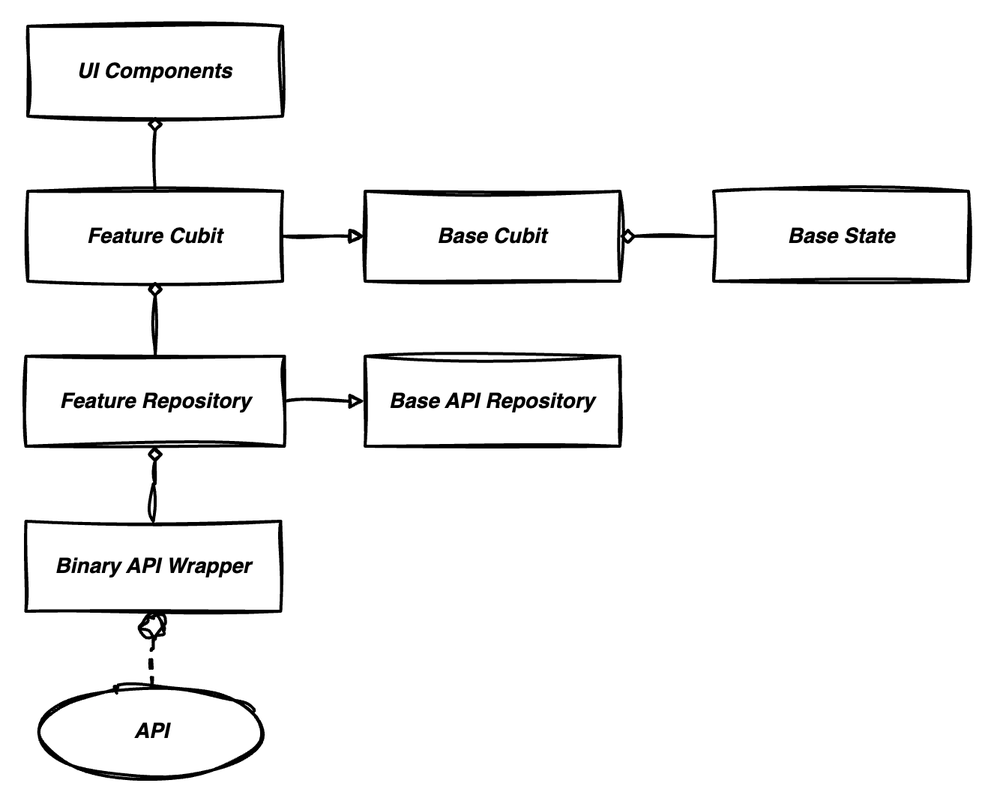
This is p2p_architecture.drawio.png from hamed-rezaee/flutter_component_architecture_poc, a draw.io export, as it was before one commit. Source tidied: cells renumbered, new cells last; positions are measured from the earlier drawing's top-left corner, leaving out a move shared by most shapes.
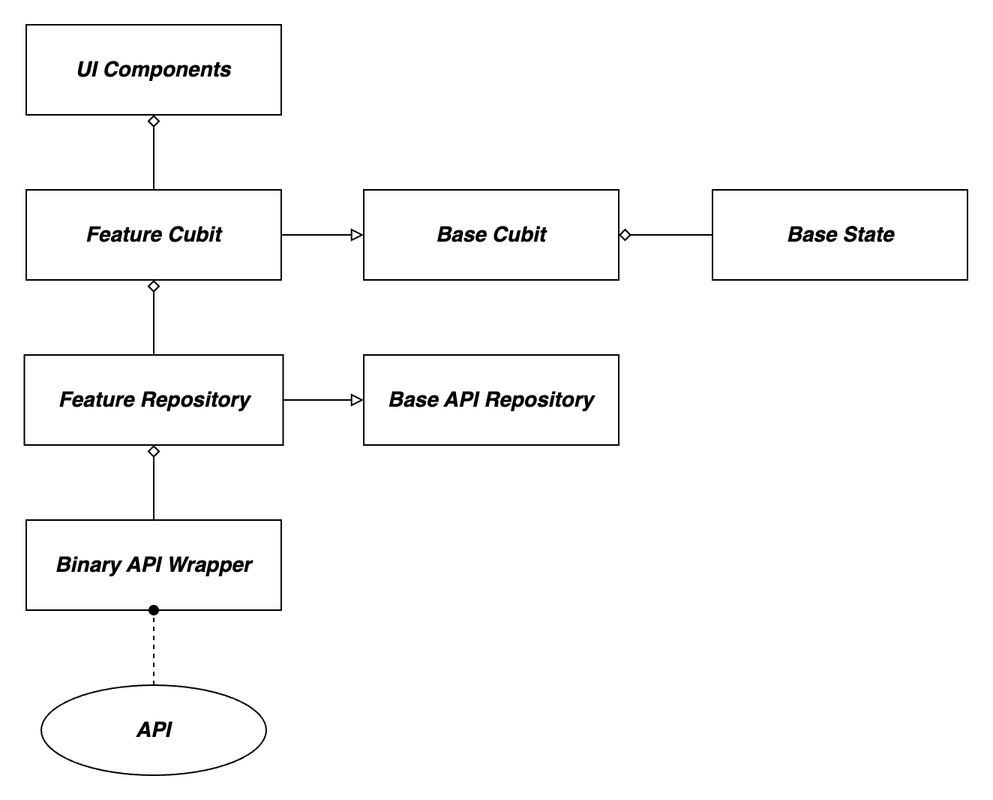
After the commit.

Diff of the diagram source:
```diff
@@ -2,49 +2,49 @@
   <root>
     <mxCell id="0" />
     <mxCell id="1" parent="0" />
-    <mxCell id="2" value="&lt;span style=&quot;&quot;&gt;&lt;font style=&quot;&quot;&gt;&lt;span&gt;Base API Repository&lt;/span&gt;&lt;br&gt;&lt;/font&gt;&lt;/span&gt;" style="rounded=0;whiteSpace=wrap;html=1;sketch=1;curveFitting=1;jiggle=2;fontSize=14;fontStyle=3;startSize=50;strokeWidth=2;shadow=0;dashed=0;arcSize=4;" parent="1" vertex="1">
+    <mxCell id="2" value="&lt;span style=&quot;&quot;&gt;&lt;font style=&quot;&quot;&gt;&lt;span&gt;Base API Repository&lt;/span&gt;&lt;br&gt;&lt;/font&gt;&lt;/span&gt;" style="rounded=0;whiteSpace=wrap;html=1;fontSize=14;fontStyle=3;startSize=50;strokeWidth=1;shadow=0;dashed=0;arcSize=4;" parent="1" vertex="1">
       <mxGeometry x="226" y="220" width="170" height="60" as="geometry" />
     </mxCell>
-    <mxCell id="3" value="&lt;span&gt;&lt;span&gt;&lt;font style=&quot;font-size: 14px;&quot;&gt;Binary API Wrapper&lt;br&gt;&lt;/font&gt;&lt;/span&gt;&lt;/span&gt;" style="rounded=0;whiteSpace=wrap;html=1;sketch=1;curveFitting=1;jiggle=2;fontSize=14;fontStyle=3;startSize=50;strokeWidth=2;shadow=0;dashed=0;arcSize=4;" parent="1" vertex="1">
-      <mxGeometry x="-0.2" y="330" width="170" height="60" as="geometry" />
+    <mxCell id="3" value="&lt;span&gt;&lt;span&gt;&lt;font style=&quot;font-size: 14px;&quot;&gt;Binary API Wrapper&lt;br&gt;&lt;/font&gt;&lt;/span&gt;&lt;/span&gt;" style="rounded=0;whiteSpace=wrap;html=1;fontSize=14;fontStyle=3;startSize=50;strokeWidth=1;shadow=0;dashed=0;arcSize=4;" parent="1" vertex="1">
+      <mxGeometry x="1" y="330" width="170" height="60" as="geometry" />
     </mxCell>
-    <mxCell id="4" style="edgeStyle=orthogonalEdgeStyle;rounded=0;jettySize=auto;html=1;exitX=0.5;exitY=0;exitDx=0;exitDy=0;entryX=0.5;entryY=1;entryDx=0;entryDy=0;endArrow=diamond;endFill=0;sketch=1;curveFitting=1;jiggle=2;strokeWidth=2;fontStyle=3;" parent="1" edge="1" source="3" target="8">
+    <mxCell id="4" style="edgeStyle=orthogonalEdgeStyle;rounded=0;jettySize=auto;html=1;exitX=0.5;exitY=0;exitDx=0;exitDy=0;entryX=0.5;entryY=1;entryDx=0;entryDy=0;endArrow=diamond;endFill=0;strokeWidth=1;fontStyle=3;" parent="1" edge="1" source="3" target="8">
       <mxGeometry relative="1" as="geometry" />
     </mxCell>
-    <mxCell id="5" style="edgeStyle=orthogonalEdgeStyle;rounded=0;jettySize=auto;html=1;entryX=0.5;entryY=1;entryDx=0;entryDy=0;endArrow=circle;endFill=0;sketch=1;curveFitting=1;jiggle=2;dashed=1;strokeWidth=2;exitX=0.5;exitY=0;exitDx=0;exitDy=0;fontStyle=3;" parent="1" edge="1" source="6" target="3">
+    <mxCell id="5" style="edgeStyle=orthogonalEdgeStyle;rounded=0;jettySize=auto;html=1;entryX=0.5;entryY=1;entryDx=0;entryDy=0;endArrow=oval;endFill=1;dashed=1;strokeWidth=1;exitX=0.5;exitY=0;exitDx=0;exitDy=0;fontStyle=3;" parent="1" edge="1" source="6" target="3">
       <mxGeometry relative="1" as="geometry" />
     </mxCell>
-    <mxCell id="6" value="&lt;font style=&quot;font-size: 14px;&quot;&gt;&lt;span&gt;API&lt;/span&gt;&lt;/font&gt;" style="ellipse;whiteSpace=wrap;html=1;fontStyle=3;fontSize=12;sketch=1;curveFitting=1;jiggle=2;strokeWidth=2;" parent="1" vertex="1">
-      <mxGeometry x="8.5" y="440" width="150" height="60" as="geometry" />
+    <mxCell id="6" value="&lt;font style=&quot;font-size: 14px;&quot;&gt;&lt;span&gt;API&lt;/span&gt;&lt;/font&gt;" style="ellipse;whiteSpace=wrap;html=1;fontStyle=3;fontSize=12;strokeWidth=1;" parent="1" vertex="1">
+      <mxGeometry x="11" y="440" width="150" height="60" as="geometry" />
     </mxCell>
-    <mxCell id="7" style="edgeStyle=orthogonalEdgeStyle;rounded=0;jettySize=auto;html=1;exitX=1;exitY=0.5;exitDx=0;exitDy=0;entryX=0;entryY=0.5;entryDx=0;entryDy=0;endArrow=block;endFill=0;sketch=1;curveFitting=1;jiggle=2;strokeWidth=2;fontStyle=3;" parent="1" edge="1" source="8" target="2">
+    <mxCell id="7" style="edgeStyle=orthogonalEdgeStyle;rounded=0;jettySize=auto;html=1;exitX=1;exitY=0.5;exitDx=0;exitDy=0;entryX=0;entryY=0.5;entryDx=0;entryDy=0;endArrow=block;endFill=0;strokeWidth=1;fontStyle=3;" parent="1" edge="1" source="8" target="2">
       <mxGeometry relative="1" as="geometry" />
     </mxCell>
-    <mxCell id="8" value="&lt;span style=&quot;&quot;&gt;&lt;font style=&quot;&quot;&gt;&lt;span&gt;Feature Repository&lt;/span&gt;&lt;br&gt;&lt;/font&gt;&lt;/span&gt;" style="rounded=0;whiteSpace=wrap;html=1;sketch=1;curveFitting=1;jiggle=2;fontSize=14;fontStyle=3;startSize=50;strokeWidth=2;shadow=0;dashed=0;arcSize=4;" parent="1" vertex="1">
+    <mxCell id="8" value="&lt;span style=&quot;&quot;&gt;&lt;font style=&quot;&quot;&gt;&lt;span&gt;Feature Repository&lt;/span&gt;&lt;br&gt;&lt;/font&gt;&lt;/span&gt;" style="rounded=0;whiteSpace=wrap;html=1;fontSize=14;fontStyle=3;startSize=50;strokeWidth=1;shadow=0;dashed=0;arcSize=4;" parent="1" vertex="1">
       <mxGeometry x="-0.2" y="220" width="172.5" height="60" as="geometry" />
     </mxCell>
-    <mxCell id="9" value="&lt;span&gt;Base Cubit&lt;/span&gt;" style="rounded=0;whiteSpace=wrap;html=1;sketch=1;curveFitting=1;jiggle=2;fontSize=14;fontStyle=3;startSize=50;strokeWidth=2;shadow=0;dashed=0;arcSize=4;" parent="1" vertex="1">
+    <mxCell id="9" value="&lt;span&gt;Base Cubit&lt;/span&gt;" style="rounded=0;whiteSpace=wrap;html=1;fontSize=14;fontStyle=3;startSize=50;strokeWidth=1;shadow=0;dashed=0;arcSize=4;" parent="1" vertex="1">
       <mxGeometry x="226" y="110" width="170" height="60" as="geometry" />
     </mxCell>
-    <mxCell id="10" value="&lt;span&gt;Base State&lt;/span&gt;" style="rounded=0;whiteSpace=wrap;html=1;sketch=1;curveFitting=1;jiggle=2;fontSize=14;fontStyle=3;startSize=50;strokeWidth=2;shadow=0;dashed=0;arcSize=4;" parent="1" vertex="1">
+    <mxCell id="10" value="&lt;span&gt;Base State&lt;/span&gt;" style="rounded=0;whiteSpace=wrap;html=1;fontSize=14;fontStyle=3;startSize=50;strokeWidth=1;shadow=0;dashed=0;arcSize=4;" parent="1" vertex="1">
       <mxGeometry x="458.5" y="110" width="170" height="60" as="geometry" />
     </mxCell>
-    <mxCell id="11" style="edgeStyle=orthogonalEdgeStyle;rounded=0;jettySize=auto;html=1;entryX=1;entryY=0.5;entryDx=0;entryDy=0;endArrow=diamond;endFill=0;sketch=1;curveFitting=1;jiggle=2;strokeWidth=2;fontStyle=3;" parent="1" edge="1" source="10" target="9">
+    <mxCell id="11" style="edgeStyle=orthogonalEdgeStyle;rounded=0;jettySize=auto;html=1;entryX=1;entryY=0.5;entryDx=0;entryDy=0;endArrow=diamond;endFill=0;strokeWidth=1;fontStyle=3;" parent="1" edge="1" source="10" target="9">
       <mxGeometry relative="1" as="geometry" />
     </mxCell>
-    <mxCell id="12" value="&lt;span&gt;Feature Cubit&lt;/span&gt;" style="rounded=0;whiteSpace=wrap;html=1;sketch=1;curveFitting=1;jiggle=2;fontSize=14;fontStyle=3;startSize=50;strokeWidth=2;shadow=0;dashed=0;arcSize=4;" parent="1" vertex="1">
+    <mxCell id="12" value="&lt;span&gt;Feature Cubit&lt;/span&gt;" style="rounded=0;whiteSpace=wrap;html=1;fontSize=14;fontStyle=3;startSize=50;strokeWidth=1;shadow=0;dashed=0;arcSize=4;" parent="1" vertex="1">
       <mxGeometry x="1" y="110" width="170" height="60" as="geometry" />
     </mxCell>
-    <mxCell id="13" style="edgeStyle=orthogonalEdgeStyle;rounded=0;jettySize=auto;html=1;exitX=1;exitY=0.5;exitDx=0;exitDy=0;entryX=0;entryY=0.5;entryDx=0;entryDy=0;endArrow=block;endFill=0;sketch=1;curveFitting=1;jiggle=2;strokeWidth=2;fontStyle=3;" parent="1" edge="1" source="12" target="9">
+    <mxCell id="13" style="edgeStyle=orthogonalEdgeStyle;rounded=0;jettySize=auto;html=1;exitX=1;exitY=0.5;exitDx=0;exitDy=0;entryX=0;entryY=0.5;entryDx=0;entryDy=0;endArrow=block;endFill=0;strokeWidth=1;fontStyle=3;" parent="1" edge="1" source="12" target="9">
       <mxGeometry relative="1" as="geometry" />
     </mxCell>
-    <mxCell id="14" value="&lt;span&gt;UI Components&lt;/span&gt;" style="rounded=0;whiteSpace=wrap;html=1;sketch=1;curveFitting=1;jiggle=2;fontSize=14;fontStyle=3;startSize=50;strokeWidth=2;shadow=0;dashed=0;arcSize=4;" parent="1" vertex="1">
+    <mxCell id="14" value="&lt;span&gt;UI Components&lt;/span&gt;" style="rounded=0;whiteSpace=wrap;html=1;fontSize=14;fontStyle=3;startSize=50;strokeWidth=1;shadow=0;dashed=0;arcSize=4;" parent="1" vertex="1">
       <mxGeometry x="1" width="170" height="60" as="geometry" />
     </mxCell>
-    <mxCell id="15" style="edgeStyle=orthogonalEdgeStyle;rounded=0;jettySize=auto;html=1;exitX=0.5;exitY=0;exitDx=0;exitDy=0;entryX=0.5;entryY=1;entryDx=0;entryDy=0;endArrow=diamond;endFill=0;sketch=1;curveFitting=1;jiggle=2;strokeWidth=2;fontStyle=3;" parent="1" edge="1" source="8" target="12">
+    <mxCell id="15" style="edgeStyle=orthogonalEdgeStyle;rounded=0;jettySize=auto;html=1;exitX=0.5;exitY=0;exitDx=0;exitDy=0;entryX=0.5;entryY=1;entryDx=0;entryDy=0;endArrow=diamond;endFill=0;strokeWidth=1;fontStyle=3;" parent="1" edge="1" source="8" target="12">
       <mxGeometry relative="1" as="geometry" />
     </mxCell>
-    <mxCell id="16" style="edgeStyle=orthogonalEdgeStyle;rounded=0;jettySize=auto;html=1;exitX=0.5;exitY=0;exitDx=0;exitDy=0;entryX=0.5;entryY=1;entryDx=0;entryDy=0;endArrow=diamond;endFill=0;sketch=1;curveFitting=1;jiggle=2;strokeWidth=2;fontStyle=3;" parent="1" edge="1" source="12" target="14">
+    <mxCell id="16" style="edgeStyle=orthogonalEdgeStyle;rounded=0;jettySize=auto;html=1;exitX=0.5;exitY=0;exitDx=0;exitDy=0;entryX=0.5;entryY=1;entryDx=0;entryDy=0;endArrow=diamond;endFill=0;strokeWidth=1;fontStyle=3;" parent="1" edge="1" source="12" target="14">
       <mxGeometry relative="1" as="geometry" />
     </mxCell>
   </root>
```
